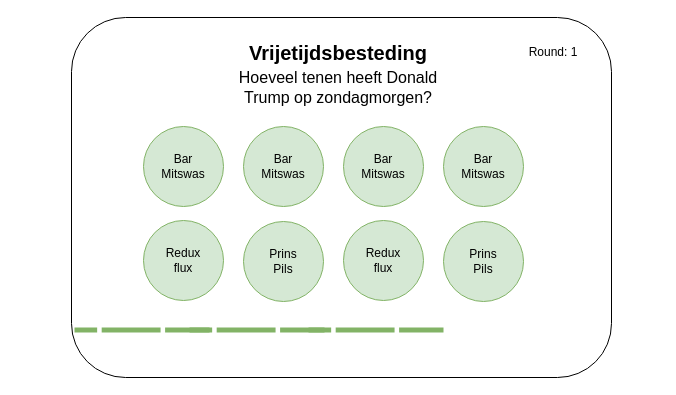
This is page "Ongoing question" (1 of 2) of assets/Score/ScoreboardApp.drawio from TBeeren/PubQuiz, a draw.io file, before an edit. Source tidied: cells renumbered, new cells numbered last; positions are measured from the earlier drawing's top-left corner, leaving out a move shared by most shapes. Both pictures are drawn from the tidied source at 100%, with x=0, y=0 at pixel (71, 17).
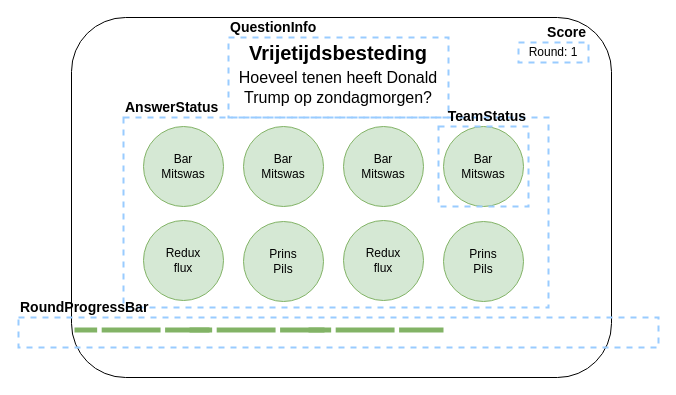
The same page after the edit.

Change to the diagram source:
```diff
@@
+    <mxCell id="31" style="rounded=0;whiteSpace=wrap;html=1;dashed=1;fillColor=none;strokeWidth=2;strokeColor=#99ccFF;align=right;verticalAlign=top;" parent="1" vertex="1">
+      <mxGeometry x="447" y="25" width="70" height="20" as="geometry" />
+    </mxCell>
+    <mxCell id="32" value="Score" style="text;html=1;strokeColor=none;fillColor=none;align=right;verticalAlign=middle;whiteSpace=wrap;rounded=0;dashed=1;fontSize=14;fontStyle=1;" parent="1" vertex="1">
+      <mxGeometry x="327" y="5" width="190" height="20" as="geometry" />
+    </mxCell>
+    <mxCell id="33" style="rounded=0;whiteSpace=wrap;html=1;dashed=1;fillColor=none;strokeWidth=2;strokeColor=#99ccFF;align=right;verticalAlign=top;" parent="1" vertex="1">
+      <mxGeometry x="157" y="20" width="220" height="80" as="geometry" />
+    </mxCell>
+    <mxCell id="34" value="QuestionInfo" style="text;html=1;strokeColor=none;fillColor=none;align=left;verticalAlign=middle;whiteSpace=wrap;rounded=0;dashed=1;fontSize=14;fontStyle=1;" parent="1" vertex="1">
+      <mxGeometry x="157" width="190" height="20" as="geometry" />
+    </mxCell>
+    <mxCell id="35" style="rounded=0;whiteSpace=wrap;html=1;dashed=1;fillColor=none;strokeWidth=2;strokeColor=#99ccFF;align=right;verticalAlign=top;" parent="1" vertex="1">
+      <mxGeometry x="52" y="100" width="425" height="190" as="geometry" />
+    </mxCell>
+    <mxCell id="36" value="AnswerStatus" style="text;html=1;strokeColor=none;fillColor=none;align=left;verticalAlign=middle;whiteSpace=wrap;rounded=0;dashed=1;fontSize=14;fontStyle=1;" parent="1" vertex="1">
+      <mxGeometry x="52" y="80" width="190" height="20" as="geometry" />
+    </mxCell>
+    <mxCell id="37" style="rounded=0;whiteSpace=wrap;html=1;dashed=1;fillColor=none;strokeWidth=2;strokeColor=#99ccFF;align=right;verticalAlign=top;" parent="1" vertex="1">
+      <mxGeometry x="-53" y="300" width="640" height="30" as="geometry" />
+    </mxCell>
+    <mxCell id="38" value="RoundProgressBar" style="text;html=1;strokeColor=none;fillColor=none;align=left;verticalAlign=middle;whiteSpace=wrap;rounded=0;dashed=1;fontSize=14;fontStyle=1;" parent="1" vertex="1">
+      <mxGeometry x="-53" y="280" width="190" height="20" as="geometry" />
+    </mxCell>
+    <mxCell id="39" style="rounded=0;whiteSpace=wrap;html=1;dashed=1;fillColor=none;strokeWidth=2;strokeColor=#99ccFF;align=right;verticalAlign=top;" parent="1" vertex="1">
+      <mxGeometry x="367" y="109" width="90" height="80" as="geometry" />
+    </mxCell>
+    <mxCell id="40" value="TeamStatus" style="text;html=1;strokeColor=none;fillColor=none;align=right;verticalAlign=middle;whiteSpace=wrap;rounded=0;dashed=1;fontSize=14;fontStyle=1;" parent="1" vertex="1">
+      <mxGeometry x="367" y="89" width="90" height="20" as="geometry" />
+    </mxCell>
```
